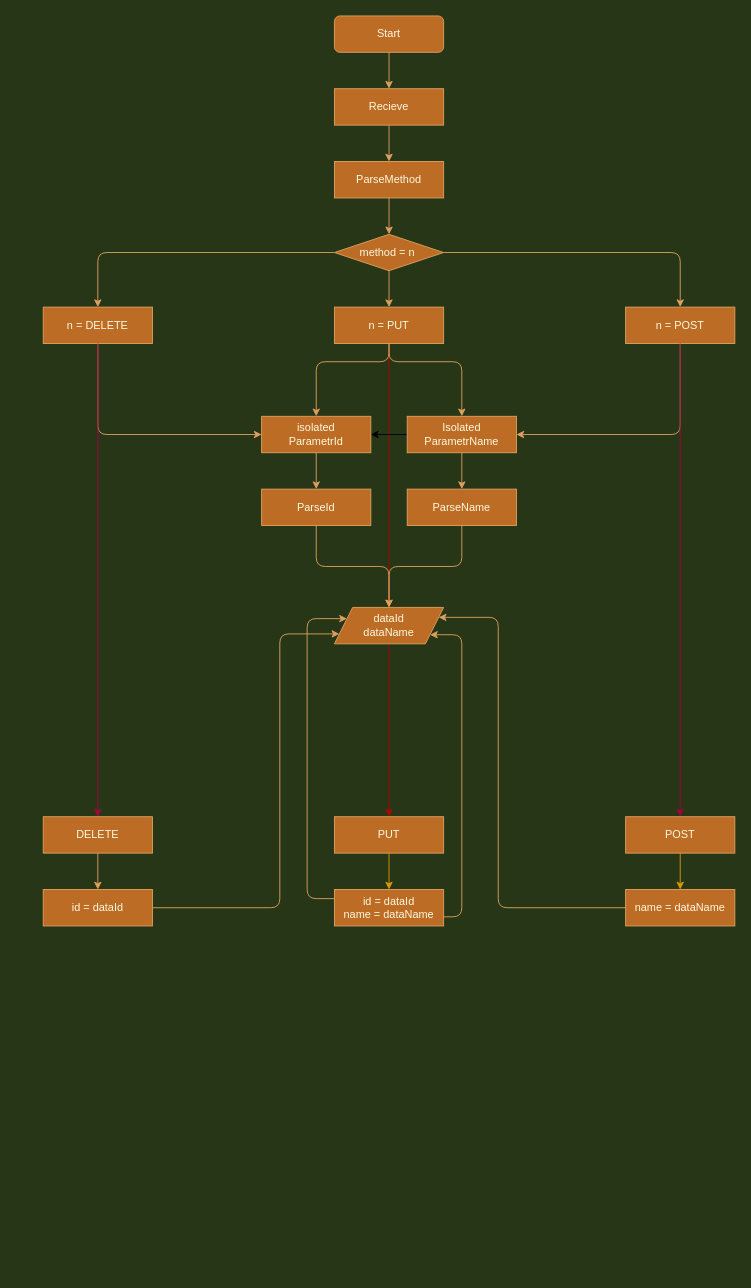
Before: Untitled Diagram.drawio in AntiSoundWorld/Server-Curl, a draw.io diagram. Source tidied: cells renumbered, new cells numbered last; positions are measured from the earlier drawing's top-left corner, leaving out a move shared by most shapes. Both pictures are drawn from the tidied source at 91%, with x=0, y=0 at pixel (43, 15).
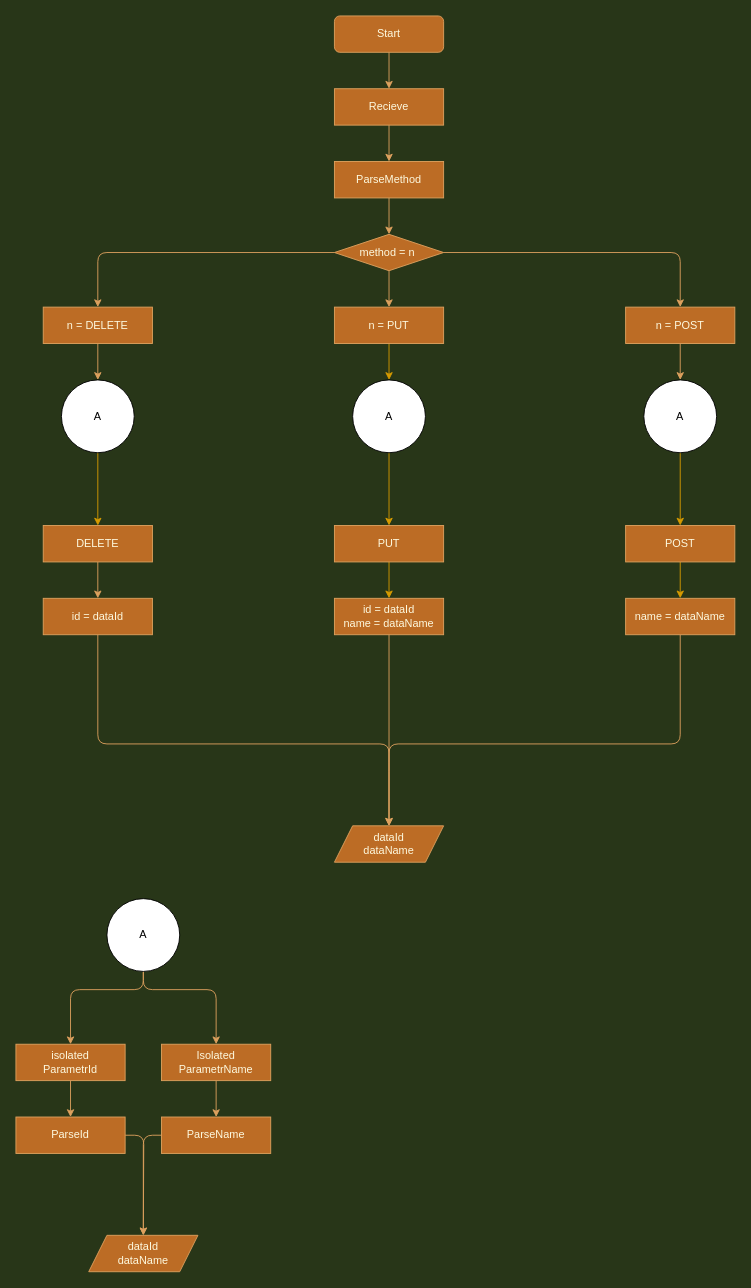
The same diagram, later.

Unchanged cells that the change refers to:
```xml
<mxCell id="15" value="n = DELETE" style="rounded=0;whiteSpace=wrap;html=1;sketch=0;strokeColor=#DDA15E;fillColor=#BC6C25;fontColor=#FEFAE0;" parent="1" vertex="1">
  <mxGeometry y="320" width="120" height="40" as="geometry" />
</mxCell>
<mxCell id="18" value="n = PUT" style="rounded=0;whiteSpace=wrap;html=1;sketch=0;strokeColor=#DDA15E;fillColor=#BC6C25;fontColor=#FEFAE0;" parent="1" vertex="1">
  <mxGeometry x="320" y="320" width="120" height="40" as="geometry" />
</mxCell>
<mxCell id="38" value="n = POST" style="rounded=0;whiteSpace=wrap;html=1;sketch=0;strokeColor=#DDA15E;fillColor=#BC6C25;fontColor=#FEFAE0;" parent="1" vertex="1">
  <mxGeometry x="640" y="320" width="120" height="40" as="geometry" />
</mxCell>
```

Change to the diagram source:
```diff
@@
-    <mxCell id="2" style="edgeStyle=orthogonalEdgeStyle;curved=0;rounded=1;sketch=0;jettySize=auto;html=1;strokeColor=#B20000;fillColor=#e51400;fontColor=#FEFAE0;entryX=0.5;entryY=0;entryDx=0;entryDy=0;" parent="1" edge="1" source="18" target="30">
-      <mxGeometry relative="1" as="geometry" />
-    </mxCell>
@@
-    <mxCell id="14" style="edgeStyle=orthogonalEdgeStyle;curved=0;rounded=1;sketch=0;jettySize=auto;html=1;strokeColor=#DDA15E;fillColor=#BC6C25;fontColor=#FEFAE0;entryX=0;entryY=0.5;entryDx=0;entryDy=0;exitX=0.5;exitY=1;exitDx=0;exitDy=0;" parent="1" edge="1" source="15" target="20">
+    <mxCell id="14" style="edgeStyle=orthogonalEdgeStyle;curved=0;rounded=1;sketch=0;jettySize=auto;html=1;strokeColor=#DDA15E;fillColor=#BC6C25;fontColor=#FEFAE0;exitX=0.5;exitY=1;exitDx=0;exitDy=0;" parent="1" edge="1" source="15" target="55">
       <mxGeometry relative="1" as="geometry" />
     </mxCell>
@@
-    <mxCell id="16" style="edgeStyle=orthogonalEdgeStyle;curved=0;rounded=1;sketch=0;jettySize=auto;html=1;strokeColor=#DDA15E;fillColor=#BC6C25;fontColor=#FEFAE0;" parent="1" edge="1" source="18" target="20">
-      <mxGeometry relative="1" as="geometry">
-        <Array as="points">
-          <mxPoint x="380" y="380" />
-          <mxPoint x="300" y="380" />
-        </Array>
-      </mxGeometry>
-    </mxCell>
-    <mxCell id="17" style="edgeStyle=orthogonalEdgeStyle;curved=0;rounded=1;sketch=0;jettySize=auto;html=1;strokeColor=#DDA15E;fillColor=#BC6C25;fontColor=#FEFAE0;" parent="1" edge="1" source="18" target="25">
-      <mxGeometry relative="1" as="geometry">
-        <Array as="points">
-          <mxPoint x="380" y="380" />
-          <mxPoint x="460" y="380" />
-        </Array>
-      </mxGeometry>
-    </mxCell>
+    <mxCell id="48" style="edgeStyle=orthogonalEdgeStyle;rounded=0;jettySize=auto;html=1;entryX=0.5;entryY=0;entryDx=0;entryDy=0;fillColor=#ffe6cc;strokeColor=#d79b00;" parent="1" edge="1" source="18" target="58">
+      <mxGeometry relative="1" as="geometry" />
+    </mxCell>
@@
-    <mxCell id="19" style="edgeStyle=orthogonalEdgeStyle;curved=0;rounded=1;sketch=0;jettySize=auto;html=1;strokeColor=#DDA15E;fillColor=#BC6C25;fontColor=#FEFAE0;" parent="1" edge="1" source="20" target="22">
-      <mxGeometry relative="1" as="geometry" />
-    </mxCell>
-    <mxCell id="20" value="isolated&lt;br&gt;ParametrId" style="rounded=0;whiteSpace=wrap;html=1;sketch=0;strokeColor=#DDA15E;fillColor=#BC6C25;fontColor=#FEFAE0;" parent="1" vertex="1">
-      <mxGeometry x="240" y="440" width="120" height="40" as="geometry" />
-    </mxCell>
-    <mxCell id="21" style="edgeStyle=orthogonalEdgeStyle;curved=0;rounded=1;sketch=0;jettySize=auto;html=1;strokeColor=#DDA15E;fillColor=#BC6C25;fontColor=#FEFAE0;" parent="1" edge="1" source="22" target="35">
-      <mxGeometry relative="1" as="geometry" />
-    </mxCell>
-    <mxCell id="22" value="ParseId" style="rounded=0;whiteSpace=wrap;html=1;sketch=0;strokeColor=#DDA15E;fillColor=#BC6C25;fontColor=#FEFAE0;" parent="1" vertex="1">
-      <mxGeometry x="240" y="520" width="120" height="40" as="geometry" />
-    </mxCell>
-    <mxCell id="23" style="edgeStyle=orthogonalEdgeStyle;curved=0;rounded=1;sketch=0;jettySize=auto;html=1;strokeColor=#DDA15E;fillColor=#BC6C25;fontColor=#FEFAE0;" parent="1" edge="1" source="25" target="26">
-      <mxGeometry relative="1" as="geometry" />
-    </mxCell>
-    <mxCell id="24" style="edgeStyle=orthogonalEdgeStyle;rounded=0;jettySize=auto;html=1;" parent="1" edge="1" source="25" target="20">
-      <mxGeometry relative="1" as="geometry" />
+    <mxCell id="24" style="edgeStyle=orthogonalEdgeStyle;rounded=0;orthogonalLoop=1;jettySize=auto;html=1;" parent="1" edge="1">
+      <mxGeometry relative="1" as="geometry">
+        <mxPoint x="360" y="460" as="targetPoint" />
+      </mxGeometry>
     </mxCell>
-    <mxCell id="25" value="Isolated&lt;br&gt;ParametrName" style="rounded=0;whiteSpace=wrap;html=1;sketch=0;strokeColor=#DDA15E;fillColor=#BC6C25;fontColor=#FEFAE0;" parent="1" vertex="1">
-      <mxGeometry x="400" y="440" width="120" height="40" as="geometry" />
-    </mxCell>
-    <mxCell id="26" value="ParseName" style="rounded=0;whiteSpace=wrap;html=1;sketch=0;strokeColor=#DDA15E;fillColor=#BC6C25;fontColor=#FEFAE0;" parent="1" vertex="1">
-      <mxGeometry x="400" y="520" width="120" height="40" as="geometry" />
-    </mxCell>
@@
     <mxCell id="28" value="DELETE&lt;br&gt;" style="rounded=0;whiteSpace=wrap;html=1;sketch=0;strokeColor=#DDA15E;fillColor=#BC6C25;fontColor=#FEFAE0;" parent="1" vertex="1">
-      <mxGeometry y="880" width="120" height="40" as="geometry" />
+      <mxGeometry y="560" width="120" height="40" as="geometry" />
     </mxCell>
@@
     <mxCell id="30" value="PUT" style="rounded=0;whiteSpace=wrap;html=1;sketch=0;strokeColor=#DDA15E;fillColor=#BC6C25;fontColor=#FEFAE0;" parent="1" vertex="1">
-      <mxGeometry x="320" y="880" width="120" height="40" as="geometry" />
+      <mxGeometry x="320" y="560" width="120" height="40" as="geometry" />
     </mxCell>
@@
     <mxCell id="32" value="POST" style="rounded=0;whiteSpace=wrap;html=1;sketch=0;strokeColor=#DDA15E;fillColor=#BC6C25;fontColor=#FEFAE0;" parent="1" vertex="1">
-      <mxGeometry x="640" y="880" width="120" height="40" as="geometry" />
+      <mxGeometry x="640" y="560" width="120" height="40" as="geometry" />
     </mxCell>
-    <mxCell id="33" style="edgeStyle=orthogonalEdgeStyle;curved=0;rounded=1;sketch=0;jettySize=auto;html=1;strokeColor=#DDA15E;fillColor=#BC6C25;fontColor=#FEFAE0;entryX=0;entryY=0.75;entryDx=0;entryDy=0;" parent="1" edge="1" source="34" target="35">
+    <mxCell id="33" style="edgeStyle=orthogonalEdgeStyle;curved=0;rounded=1;sketch=0;jettySize=auto;html=1;strokeColor=#DDA15E;fillColor=#BC6C25;fontColor=#FEFAE0;exitX=0.5;exitY=1;exitDx=0;exitDy=0;" parent="1" edge="1" source="34">
       <mxGeometry relative="1" as="geometry">
+        <mxPoint x="380" y="890" as="targetPoint" />
         <Array as="points">
-          <mxPoint x="260" y="980" />
-          <mxPoint x="260" y="679" />
+          <mxPoint x="60" y="800" />
+          <mxPoint x="380" y="800" />
         </Array>
       </mxGeometry>
     </mxCell>
     <mxCell id="34" value="id = dataId" style="rounded=0;whiteSpace=wrap;html=1;sketch=0;strokeColor=#DDA15E;fillColor=#BC6C25;fontColor=#FEFAE0;" parent="1" vertex="1">
-      <mxGeometry y="960" width="120" height="40" as="geometry" />
+      <mxGeometry y="640" width="120" height="40" as="geometry" />
     </mxCell>
     <mxCell id="35" value="dataId&lt;br&gt;dataName" style="shape=parallelogram;perimeter=parallelogramPerimeter;whiteSpace=wrap;html=1;fixedSize=1;rounded=0;sketch=0;strokeColor=#DDA15E;fillColor=#BC6C25;fontColor=#FEFAE0;" parent="1" vertex="1">
-      <mxGeometry x="320" y="650" width="120" height="40" as="geometry" />
+      <mxGeometry x="320" y="890" width="120" height="40" as="geometry" />
     </mxCell>
-    <mxCell id="36" style="edgeStyle=orthogonalEdgeStyle;curved=0;rounded=1;sketch=0;jettySize=auto;html=1;strokeColor=#DDA15E;fillColor=#BC6C25;fontColor=#FEFAE0;" parent="1" edge="1" source="26" target="35">
-      <mxGeometry relative="1" as="geometry" />
-    </mxCell>
-    <mxCell id="37" style="edgeStyle=orthogonalEdgeStyle;curved=0;rounded=1;sketch=0;jettySize=auto;html=1;strokeColor=#DDA15E;fillColor=#BC6C25;fontColor=#FEFAE0;entryX=1;entryY=0.5;entryDx=0;entryDy=0;exitX=0.5;exitY=1;exitDx=0;exitDy=0;" parent="1" edge="1" source="38" target="25">
+    <mxCell id="37" style="edgeStyle=orthogonalEdgeStyle;curved=0;rounded=1;sketch=0;jettySize=auto;html=1;strokeColor=#DDA15E;fillColor=#BC6C25;fontColor=#FEFAE0;exitX=0.5;exitY=1;exitDx=0;exitDy=0;entryX=0.5;entryY=0;entryDx=0;entryDy=0;" parent="1" edge="1" source="38" target="60">
       <mxGeometry relative="1" as="geometry" />
     </mxCell>
@@
     <mxCell id="39" style="edgeStyle=orthogonalEdgeStyle;curved=0;rounded=1;sketch=0;orthogonalLoop=1;jettySize=auto;html=1;exitX=0.5;exitY=1;exitDx=0;exitDy=0;strokeColor=#DDA15E;fillColor=#BC6C25;fontColor=#FEFAE0;" parent="1" edge="1">
       <mxGeometry relative="1" as="geometry">
-        <mxPoint x="380" y="830" as="sourcePoint" />
-        <mxPoint x="380" y="830" as="targetPoint" />
+        <mxPoint x="380" y="510" as="sourcePoint" />
+        <mxPoint x="380" y="510" as="targetPoint" />
       </mxGeometry>
     </mxCell>
     <mxCell id="40" style="edgeStyle=orthogonalEdgeStyle;curved=0;rounded=1;sketch=0;orthogonalLoop=1;jettySize=auto;html=1;exitX=0.5;exitY=1;exitDx=0;exitDy=0;strokeColor=#DDA15E;fillColor=#BC6C25;fontColor=#FEFAE0;" parent="1" edge="1">
       <mxGeometry relative="1" as="geometry">
-        <mxPoint x="380" y="830" as="sourcePoint" />
-        <mxPoint x="380" y="830" as="targetPoint" />
+        <mxPoint x="380" y="510" as="sourcePoint" />
+        <mxPoint x="380" y="510" as="targetPoint" />
       </mxGeometry>
     </mxCell>
-    <mxCell id="41" style="edgeStyle=orthogonalEdgeStyle;curved=0;rounded=1;sketch=0;jettySize=auto;html=1;strokeColor=#DDA15E;fillColor=#BC6C25;fontColor=#FEFAE0;entryX=1;entryY=0.25;entryDx=0;entryDy=0;" parent="1" edge="1" source="42" target="35">
+    <mxCell id="41" style="edgeStyle=orthogonalEdgeStyle;curved=0;rounded=1;sketch=0;jettySize=auto;html=1;strokeColor=#DDA15E;fillColor=#BC6C25;fontColor=#FEFAE0;entryX=0.5;entryY=0;entryDx=0;entryDy=0;exitX=0.5;exitY=1;exitDx=0;exitDy=0;" parent="1" edge="1" source="42" target="35">
       <mxGeometry relative="1" as="geometry">
         <Array as="points">
-          <mxPoint x="500" y="980" />
-          <mxPoint x="500" y="661" />
+          <mxPoint x="700" y="800" />
+          <mxPoint x="380" y="800" />
         </Array>
       </mxGeometry>
     </mxCell>
     <mxCell id="42" value="name = dataName" style="rounded=0;whiteSpace=wrap;html=1;sketch=0;strokeColor=#DDA15E;fillColor=#BC6C25;fontColor=#FEFAE0;" parent="1" vertex="1">
-      <mxGeometry x="640" y="960" width="120" height="40" as="geometry" />
+      <mxGeometry x="640" y="640" width="120" height="40" as="geometry" />
     </mxCell>
-    <mxCell id="43" style="edgeStyle=orthogonalEdgeStyle;curved=0;rounded=1;sketch=0;jettySize=auto;html=1;strokeColor=#DDA15E;fillColor=#BC6C25;fontColor=#FEFAE0;entryX=0;entryY=0.25;entryDx=0;entryDy=0;" parent="1" edge="1" source="45" target="35">
+    <mxCell id="43" style="edgeStyle=orthogonalEdgeStyle;curved=0;rounded=1;sketch=0;jettySize=auto;html=1;strokeColor=#DDA15E;fillColor=#BC6C25;fontColor=#FEFAE0;exitX=0.5;exitY=1;exitDx=0;exitDy=0;" parent="1" edge="1" source="45">
       <mxGeometry relative="1" as="geometry">
+        <mxPoint x="380" y="890" as="targetPoint" />
         <Array as="points">
-          <mxPoint x="290" y="970" />
-          <mxPoint x="290" y="662" />
+          <mxPoint x="380" y="820" />
+          <mxPoint x="380" y="820" />
         </Array>
       </mxGeometry>
     </mxCell>
-    <mxCell id="44" style="edgeStyle=orthogonalEdgeStyle;curved=0;rounded=1;sketch=0;jettySize=auto;html=1;strokeColor=#DDA15E;fillColor=#BC6C25;fontColor=#FEFAE0;exitX=1;exitY=0.75;exitDx=0;exitDy=0;" parent="1" edge="1" source="45" target="35">
-      <mxGeometry relative="1" as="geometry">
-        <Array as="points">
-          <mxPoint x="460" y="990" />
-          <mxPoint x="460" y="680" />
-        </Array>
-      </mxGeometry>
-    </mxCell>
     <mxCell id="45" value="id = dataId&lt;br&gt;name = dataName" style="rounded=0;whiteSpace=wrap;html=1;sketch=0;strokeColor=#DDA15E;fillColor=#BC6C25;fontColor=#FEFAE0;" parent="1" vertex="1">
-      <mxGeometry x="320" y="960" width="120" height="40" as="geometry" />
+      <mxGeometry x="320" y="640" width="120" height="40" as="geometry" />
     </mxCell>
-    <mxCell id="46" style="edgeStyle=orthogonalEdgeStyle;curved=0;rounded=1;sketch=0;jettySize=auto;html=1;strokeColor=#A50040;fillColor=#d80073;fontColor=#FEFAE0;" parent="1" edge="1" target="28">
-      <mxGeometry relative="1" as="geometry">
-        <mxPoint x="60" y="360" as="sourcePoint" />
-        <Array as="points">
-          <mxPoint x="60" y="400" />
-          <mxPoint x="60" y="400" />
-        </Array>
-      </mxGeometry>
-    </mxCell>
-    <mxCell id="47" style="edgeStyle=orthogonalEdgeStyle;curved=0;rounded=1;sketch=0;jettySize=auto;html=1;strokeColor=#A50040;fillColor=#d80073;fontColor=#FEFAE0;exitX=0.5;exitY=1;exitDx=0;exitDy=0;entryX=0.5;entryY=0;entryDx=0;entryDy=0;" parent="1" edge="1" source="38" target="32">
-      <mxGeometry relative="1" as="geometry" />
-    </mxCell>
+    <mxCell id="49" style="edgeStyle=orthogonalEdgeStyle;curved=0;rounded=1;sketch=0;jettySize=auto;html=1;strokeColor=#DDA15E;fillColor=#BC6C25;fontColor=#FEFAE0;" parent="1" edge="1" target="20">
+      <mxGeometry relative="1" as="geometry">
+        <mxPoint x="110" y="1050" as="sourcePoint" />
+        <Array as="points">
+          <mxPoint x="110" y="1070" />
+          <mxPoint x="30" y="1070" />
+        </Array>
+      </mxGeometry>
+    </mxCell>
+    <mxCell id="50" style="edgeStyle=orthogonalEdgeStyle;curved=0;rounded=1;sketch=0;jettySize=auto;html=1;strokeColor=#DDA15E;fillColor=#BC6C25;fontColor=#FEFAE0;" parent="1" edge="1" target="25">
+      <mxGeometry relative="1" as="geometry">
+        <mxPoint x="110" y="1050" as="sourcePoint" />
+        <Array as="points">
+          <mxPoint x="110" y="1070" />
+          <mxPoint x="190" y="1070" />
+        </Array>
+      </mxGeometry>
+    </mxCell>
+    <mxCell id="19" style="edgeStyle=orthogonalEdgeStyle;curved=0;rounded=1;sketch=0;jettySize=auto;html=1;strokeColor=#DDA15E;fillColor=#BC6C25;fontColor=#FEFAE0;" parent="1" edge="1" source="20" target="22">
+      <mxGeometry relative="1" as="geometry" />
+    </mxCell>
+    <mxCell id="20" value="isolated&lt;br&gt;ParametrId" style="rounded=0;whiteSpace=wrap;html=1;sketch=0;strokeColor=#DDA15E;fillColor=#BC6C25;fontColor=#FEFAE0;" parent="1" vertex="1">
+      <mxGeometry x="-30" y="1130" width="120" height="40" as="geometry" />
+    </mxCell>
+    <mxCell id="51" style="edgeStyle=orthogonalEdgeStyle;curved=0;rounded=1;sketch=0;jettySize=auto;html=1;strokeColor=#DDA15E;fillColor=#BC6C25;fontColor=#FEFAE0;" parent="1" edge="1" source="22">
+      <mxGeometry relative="1" as="geometry">
+        <mxPoint x="110" y="1340" as="targetPoint" />
+      </mxGeometry>
+    </mxCell>
+    <mxCell id="22" value="ParseId" style="rounded=0;whiteSpace=wrap;html=1;sketch=0;strokeColor=#DDA15E;fillColor=#BC6C25;fontColor=#FEFAE0;" parent="1" vertex="1">
+      <mxGeometry x="-30" y="1210" width="120" height="40" as="geometry" />
+    </mxCell>
+    <mxCell id="23" style="edgeStyle=orthogonalEdgeStyle;curved=0;rounded=1;sketch=0;jettySize=auto;html=1;strokeColor=#DDA15E;fillColor=#BC6C25;fontColor=#FEFAE0;" parent="1" edge="1" source="25" target="26">
+      <mxGeometry relative="1" as="geometry" />
+    </mxCell>
+    <mxCell id="25" value="Isolated&lt;br&gt;ParametrName" style="rounded=0;whiteSpace=wrap;html=1;sketch=0;strokeColor=#DDA15E;fillColor=#BC6C25;fontColor=#FEFAE0;" parent="1" vertex="1">
+      <mxGeometry x="130" y="1130" width="120" height="40" as="geometry" />
+    </mxCell>
+    <mxCell id="26" value="ParseName" style="rounded=0;whiteSpace=wrap;html=1;sketch=0;strokeColor=#DDA15E;fillColor=#BC6C25;fontColor=#FEFAE0;" parent="1" vertex="1">
+      <mxGeometry x="130" y="1210" width="120" height="40" as="geometry" />
+    </mxCell>
+    <mxCell id="52" style="edgeStyle=orthogonalEdgeStyle;curved=0;rounded=1;sketch=0;jettySize=auto;html=1;strokeColor=#DDA15E;fillColor=#BC6C25;fontColor=#FEFAE0;entryX=0.5;entryY=0;entryDx=0;entryDy=0;" parent="1" edge="1" source="26" target="53">
+      <mxGeometry relative="1" as="geometry">
+        <Array as="points">
+          <mxPoint x="110" y="1230" />
+        </Array>
+      </mxGeometry>
+    </mxCell>
+    <mxCell id="53" value="dataId&lt;br&gt;dataName" style="shape=parallelogram;perimeter=parallelogramPerimeter;whiteSpace=wrap;html=1;fixedSize=1;rounded=0;sketch=0;strokeColor=#DDA15E;fillColor=#BC6C25;fontColor=#FEFAE0;" parent="1" vertex="1">
+      <mxGeometry x="50" y="1340" width="120" height="40" as="geometry" />
+    </mxCell>
+    <mxCell id="54" style="edgeStyle=orthogonalEdgeStyle;rounded=0;jettySize=auto;html=1;entryX=0.5;entryY=0;entryDx=0;entryDy=0;fillColor=#ffe6cc;strokeColor=#d79b00;" parent="1" edge="1" source="55" target="28">
+      <mxGeometry relative="1" as="geometry" />
+    </mxCell>
+    <mxCell id="55" value="A" style="ellipse;whiteSpace=wrap;html=1;" parent="1" vertex="1">
+      <mxGeometry x="20" y="400" width="80" height="80" as="geometry" />
+    </mxCell>
+    <mxCell id="56" value="A" style="ellipse;whiteSpace=wrap;html=1;" parent="1" vertex="1">
+      <mxGeometry x="70" y="970" width="80" height="80" as="geometry" />
+    </mxCell>
+    <mxCell id="57" style="edgeStyle=orthogonalEdgeStyle;rounded=0;jettySize=auto;html=1;entryX=0.5;entryY=0;entryDx=0;entryDy=0;fillColor=#ffe6cc;strokeColor=#d79b00;" parent="1" edge="1" source="58" target="30">
+      <mxGeometry relative="1" as="geometry" />
+    </mxCell>
+    <mxCell id="58" value="A" style="ellipse;whiteSpace=wrap;html=1;" parent="1" vertex="1">
+      <mxGeometry x="340" y="400" width="80" height="80" as="geometry" />
+    </mxCell>
+    <mxCell id="59" style="edgeStyle=orthogonalEdgeStyle;rounded=0;jettySize=auto;html=1;entryX=0.5;entryY=0;entryDx=0;entryDy=0;fillColor=#ffe6cc;strokeColor=#d79b00;" parent="1" edge="1" source="60" target="32">
+      <mxGeometry relative="1" as="geometry" />
+    </mxCell>
+    <mxCell id="60" value="A" style="ellipse;whiteSpace=wrap;html=1;" parent="1" vertex="1">
+      <mxGeometry x="660" y="400" width="80" height="80" as="geometry" />
+    </mxCell>
```
